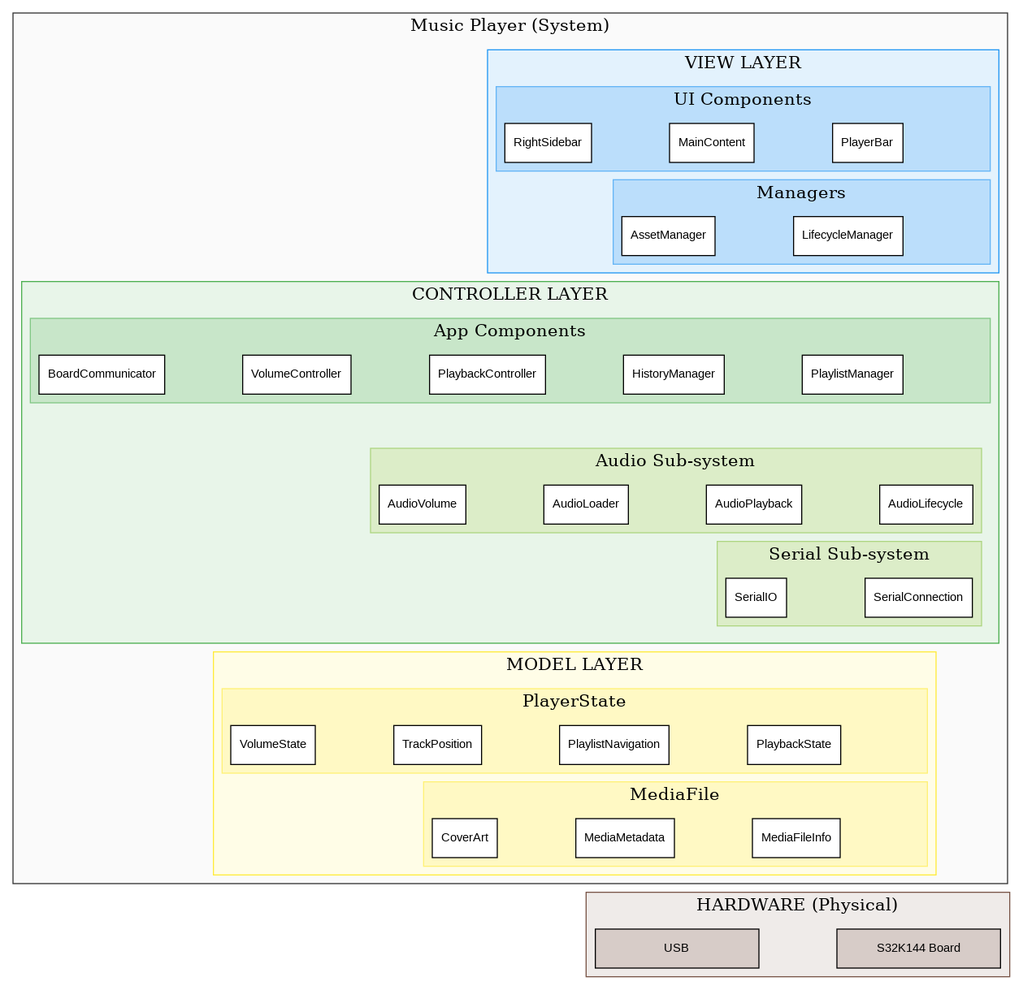
The Graphviz diagram uml/lowlevel/mvc_block_diagram.png in quan27092002-ctrl/MusicPlayer, before a commit. Its source is kept beside it as uml/lowlevel/mvc_block_diagram.dot.
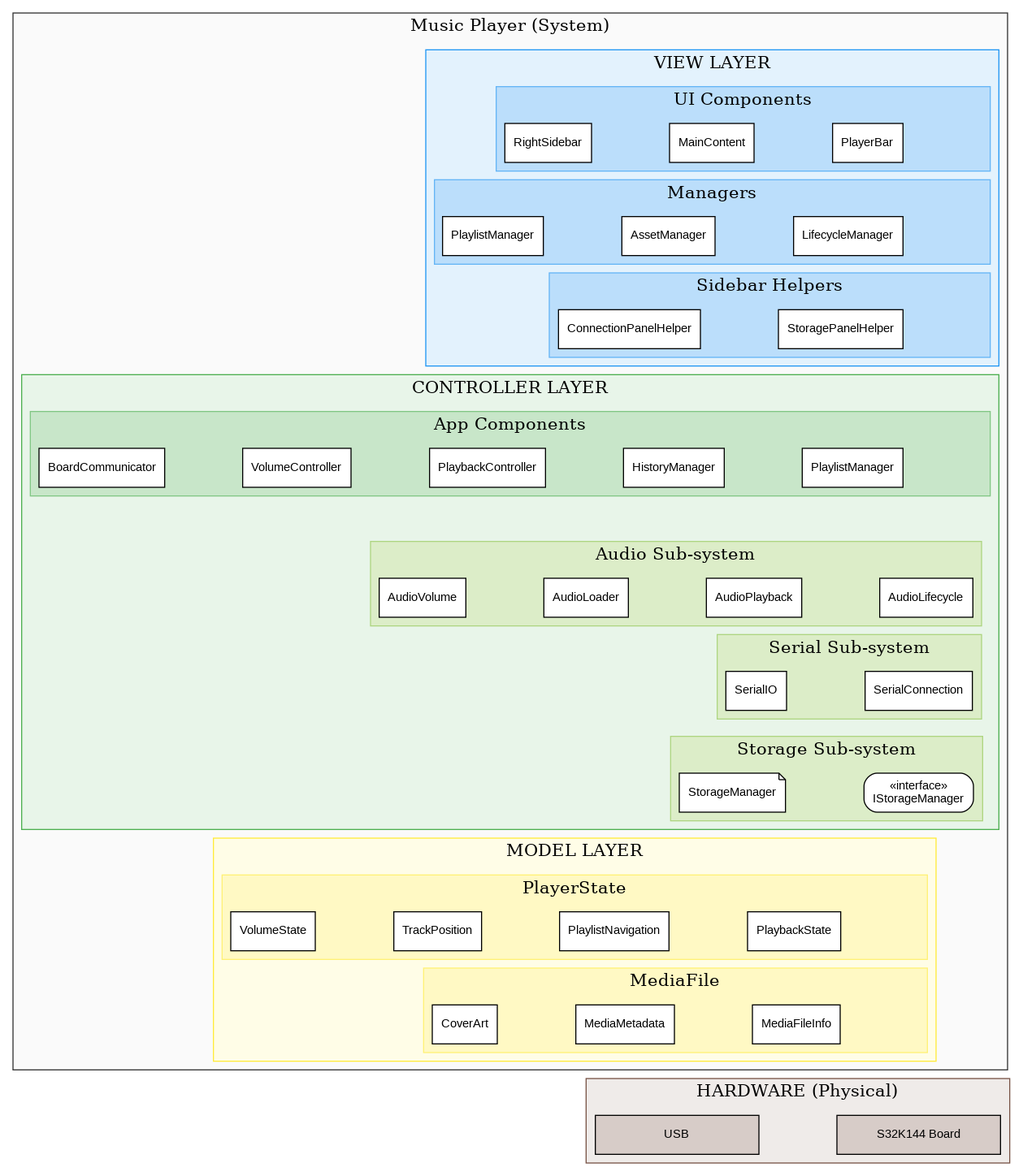
The same file after the commit.

Commit message:
v7.8-docs: Remove full class diagram and update MVC block diagram to include new view helpers and storage components.

What changed in the source:
```diff
@@ -44,10 +44,23 @@
 
                 ViewMgrAnchor [style=invis, shape=point, width=0];
 
-                { rank=same; LifecycleManager; AssetManager; ViewMgrAnchor; }
+                { rank=same; LifecycleManager; AssetManager; PlaylistManager_View [label="PlaylistManager"]; ViewMgrAnchor; }
+            }
+
+            subgraph cluster_view_helpers {
+                label="Sidebar Helpers";
+                style=filled;
+                color="#64B5F6";
+                fillcolor="#BBDEFB";
+                node [group="", shape=rect, fillcolor=white];
+
+                ViewHelpAnchor [style=invis, shape=point, width=0];
+
+                { rank=same; StoragePanelHelper; ConnectionPanelHelper; ViewHelpAnchor; }
             }
 
             ViewUiAnchor -> ViewMgrAnchor [weight=100];
+            ViewMgrAnchor -> ViewHelpAnchor [weight=100];
         }
 
         subgraph cluster_controller {
@@ -85,8 +98,15 @@
                 }
             }
 
+            subgraph cluster_storage {
+                label="Storage Sub-system";
+                style=filled; color="#AED581"; fillcolor="#DCEDC8";
+                { rank=same; IStorageManager [label="«interface»\nIStorageManager", shape=rect, style="filled,rounded"]; StorageManager; }
+            }
+
             CtrlAppAnchor -> AudioLifecycle [weight=100];
             AudioLifecycle -> SerialConnection [weight=10];
+            SerialConnection -> IStorageManager [weight=10];
         }
 
         subgraph cluster_model {
@@ -135,7 +155,7 @@
         SerialCable [label="USB", shape=rect, width=2.1, fillcolor="#D7CCC8"];
     }
 
-    ViewMgrAnchor -> CtrlAppAnchor;
-    SerialConnection -> ModelPlayerAnchor;
+    ViewHelpAnchor -> CtrlAppAnchor;
+    IStorageManager -> ModelPlayerAnchor;
     ModelMediaAnchor -> S32K_Board;
 }
```
